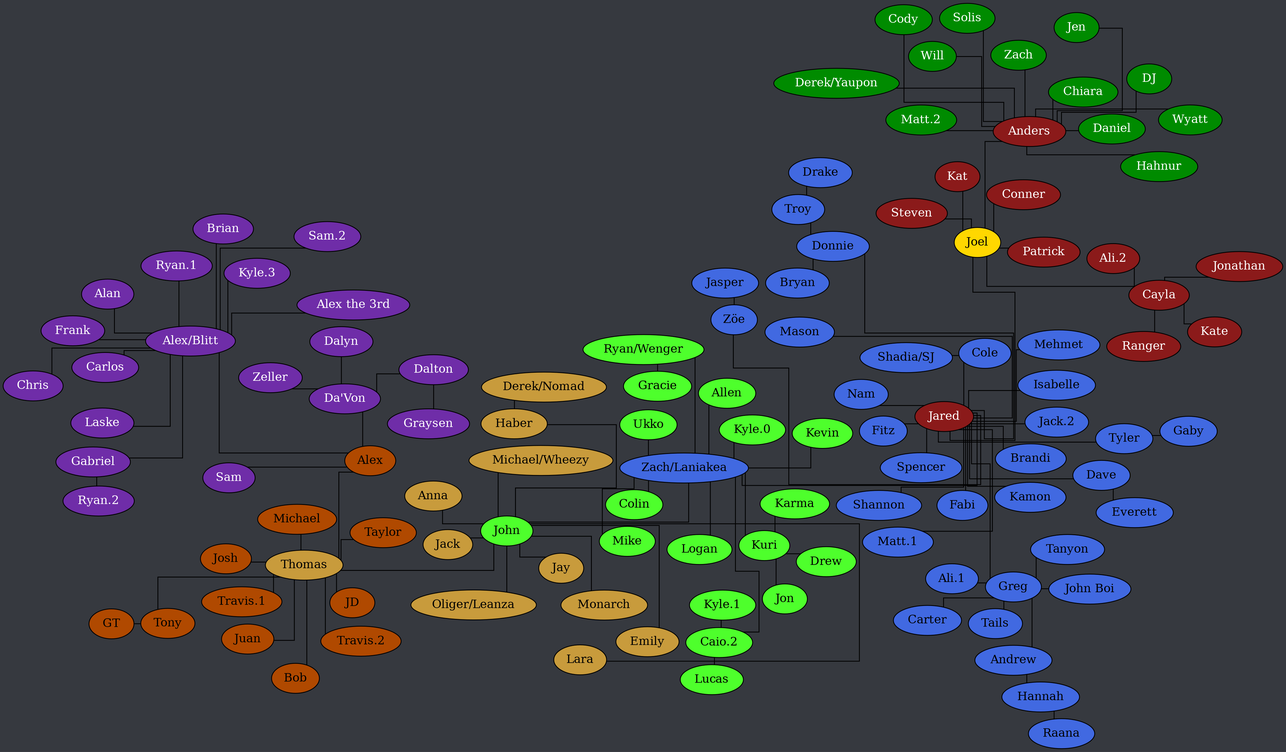
Documidas/CoronaCatzFamilyTree keeps this Graphviz diagram as tree.png. Above is the earlier version. Its source is kept beside it as tree.dot.
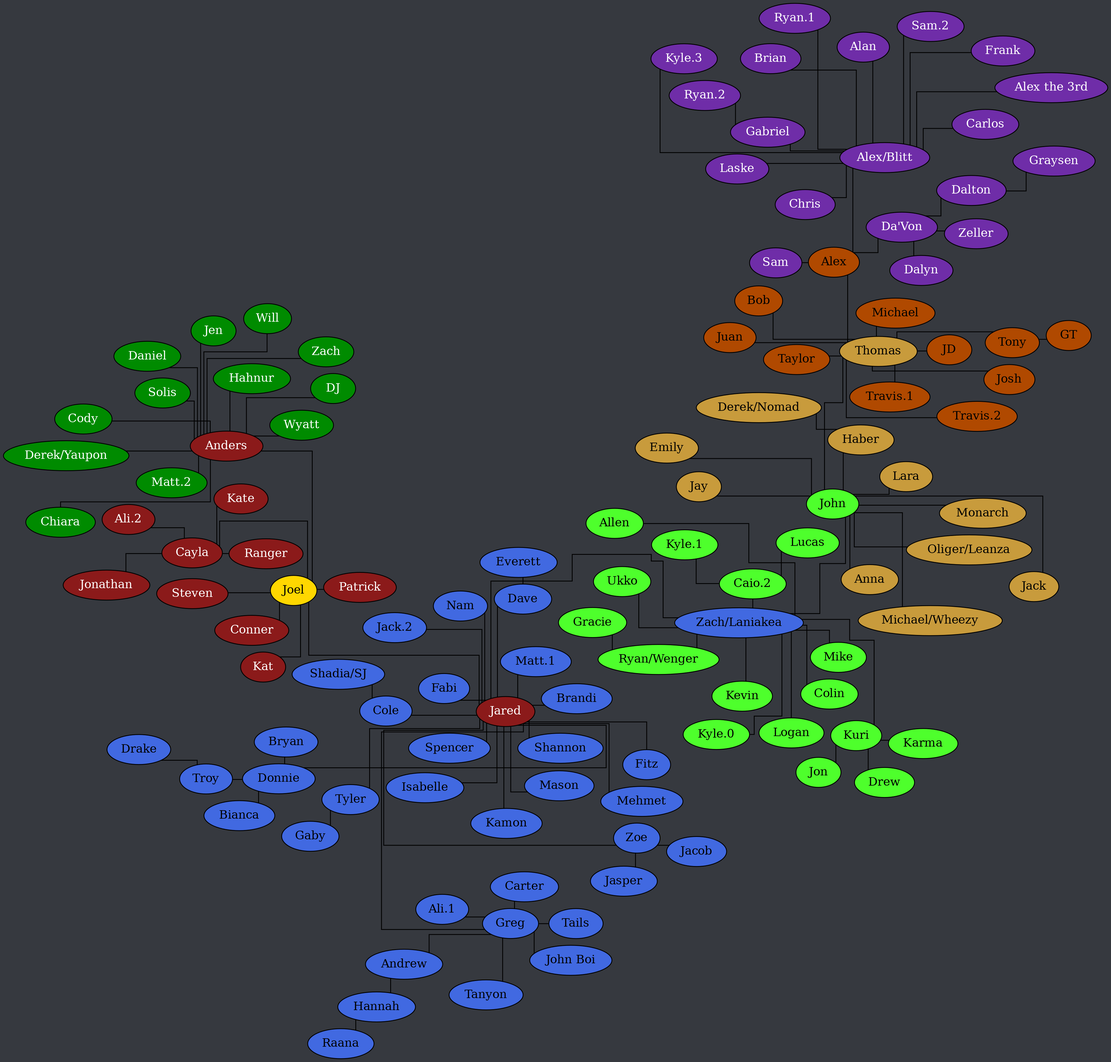
Later version of the same file.

Commit message:
Add Bianca, Jacob

Diff of the diagram source:
```diff
@@ -51,6 +51,7 @@
 		Andrew -- Hannah;
 		Cole -- "Shadia/SJ";
 		Dave -- Everett;
+		Donnie -- Bianca;
 		Donnie -- Bryan;
 		Donnie -- Troy;
 		Greg -- "Ali.1";
@@ -78,10 +79,11 @@
 		Jared -- Spencer;
 		Jared -- Tyler;
 		Jared -- "Zach/Laniakea";
-		Jared -- "Zöe";
+		Jared -- Zoe;
 		Troy -- Drake;
 		Tyler -- Gaby;
-		"Zöe" -- Jasper;
+		Zoe -- Jasper;
+		Zoe -- Jacob;
 	}
 
 	subgraph "Zach/Laniakea" {
```
